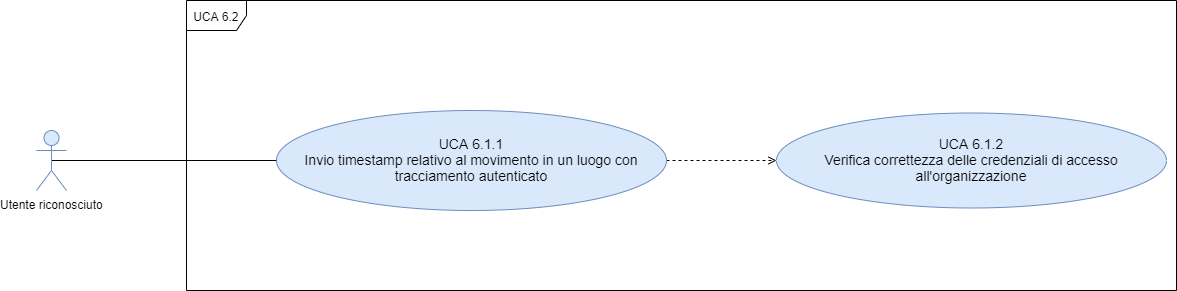
The draw.io diagram DocumentazioneEsterna/AnalisiRequisiti/sezioni/UseCase/Immagini/UCA6.2.png in qb-team/Stalker-Documentazione, before a commit. Source tidied: cells renumbered, new cells last; positions are measured from the earlier drawing's top-left corner, leaving out a move shared by most shapes. Its diagram source:
```xml
<mxGraphModel>
  <root>
    <mxCell id="0" />
    <mxCell id="1" parent="0" />
    <mxCell id="2" value="UCA 6.2&amp;nbsp;" style="shape=umlFrame;whiteSpace=wrap;html=1;" parent="1" vertex="1">
      <mxGeometry x="150" width="990" height="290" as="geometry" />
    </mxCell>
    <mxCell id="3" style="edgeStyle=orthogonalEdgeStyle;rounded=0;jettySize=auto;html=1;exitX=1;exitY=0.5;exitDx=0;exitDy=0;endArrow=open;endFill=0;dashed=1;" parent="1" edge="1" source="4" target="5">
      <mxGeometry relative="1" as="geometry" />
    </mxCell>
    <mxCell id="4" value="&lt;font style=&quot;font-size: 14px&quot;&gt;UCA 6.1.1&lt;br&gt;Invio timestamp relativo al movimento in un luogo con tracciamento autenticato&lt;/font&gt;" style="ellipse;whiteSpace=wrap;html=1;fillColor=#dae8fc;strokeColor=#6c8ebf;" parent="1" vertex="1">
      <mxGeometry x="240" y="110" width="390" height="100" as="geometry" />
    </mxCell>
    <mxCell id="5" value="&lt;span style=&quot;font-size: 14px&quot;&gt;UCA 6.1.2&lt;br&gt;Verifica correttezza delle credenziali di accesso all'organizzazione&lt;/span&gt;" style="ellipse;whiteSpace=wrap;html=1;fillColor=#dae8fc;strokeColor=#6c8ebf;" parent="1" vertex="1">
      <mxGeometry x="740" y="112.5" width="390" height="95" as="geometry" />
    </mxCell>
    <mxCell id="6" style="edgeStyle=orthogonalEdgeStyle;rounded=0;jettySize=auto;html=1;exitX=0.5;exitY=0.5;exitDx=0;exitDy=0;exitPerimeter=0;endArrow=none;endFill=0;" parent="1" edge="1" source="7" target="4">
      <mxGeometry relative="1" as="geometry">
        <Array as="points">
          <mxPoint x="15" y="160" />
        </Array>
      </mxGeometry>
    </mxCell>
    <mxCell id="7" value="Utente riconosciuto" style="shape=umlActor;verticalLabelPosition=bottom;labelBackgroundColor=#ffffff;verticalAlign=top;html=1;outlineConnect=0;fillColor=#dae8fc;strokeColor=#6c8ebf;" parent="1" vertex="1">
      <mxGeometry y="130" width="30" height="60" as="geometry" />
    </mxCell>
  </root>
</mxGraphModel>
```
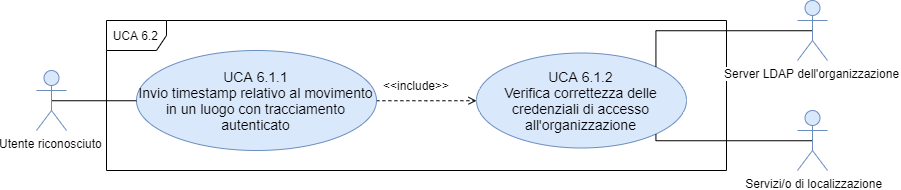
Later version of the same file.

What changed in the source:
```diff
@@ -3,26 +3,45 @@
     <mxCell id="0" />
     <mxCell id="1" parent="0" />
     <mxCell id="2" value="UCA 6.2&amp;nbsp;" style="shape=umlFrame;whiteSpace=wrap;html=1;" parent="1" vertex="1">
-      <mxGeometry x="150" width="990" height="290" as="geometry" />
+      <mxGeometry x="150" y="80" width="620" height="150" as="geometry" />
     </mxCell>
     <mxCell id="3" style="edgeStyle=orthogonalEdgeStyle;rounded=0;jettySize=auto;html=1;exitX=1;exitY=0.5;exitDx=0;exitDy=0;endArrow=open;endFill=0;dashed=1;" parent="1" edge="1" source="4" target="5">
       <mxGeometry relative="1" as="geometry" />
     </mxCell>
     <mxCell id="4" value="&lt;font style=&quot;font-size: 14px&quot;&gt;UCA 6.1.1&lt;br&gt;Invio timestamp relativo al movimento in un luogo con tracciamento autenticato&lt;/font&gt;" style="ellipse;whiteSpace=wrap;html=1;fillColor=#dae8fc;strokeColor=#6c8ebf;" parent="1" vertex="1">
-      <mxGeometry x="240" y="110" width="390" height="100" as="geometry" />
+      <mxGeometry x="180" y="110" width="240" height="100" as="geometry" />
     </mxCell>
     <mxCell id="5" value="&lt;span style=&quot;font-size: 14px&quot;&gt;UCA 6.1.2&lt;br&gt;Verifica correttezza delle credenziali di accesso all'organizzazione&lt;/span&gt;" style="ellipse;whiteSpace=wrap;html=1;fillColor=#dae8fc;strokeColor=#6c8ebf;" parent="1" vertex="1">
-      <mxGeometry x="740" y="112.5" width="390" height="95" as="geometry" />
+      <mxGeometry x="520" y="112.5" width="210" height="95" as="geometry" />
     </mxCell>
-    <mxCell id="6" style="edgeStyle=orthogonalEdgeStyle;rounded=0;jettySize=auto;html=1;exitX=0.5;exitY=0.5;exitDx=0;exitDy=0;exitPerimeter=0;endArrow=none;endFill=0;" parent="1" edge="1" source="7" target="4">
-      <mxGeometry relative="1" as="geometry">
-        <Array as="points">
-          <mxPoint x="15" y="160" />
-        </Array>
-      </mxGeometry>
+    <mxCell id="6" style="edgeStyle=orthogonalEdgeStyle;rounded=0;jettySize=auto;html=1;entryX=0;entryY=0.5;entryDx=0;entryDy=0;endArrow=none;endFill=0;exitX=0.5;exitY=0.5;exitDx=0;exitDy=0;exitPerimeter=0;" parent="1" edge="1" source="7" target="4">
+      <mxGeometry relative="1" as="geometry" />
     </mxCell>
     <mxCell id="7" value="Utente riconosciuto" style="shape=umlActor;verticalLabelPosition=bottom;labelBackgroundColor=#ffffff;verticalAlign=top;html=1;outlineConnect=0;fillColor=#dae8fc;strokeColor=#6c8ebf;" parent="1" vertex="1">
-      <mxGeometry y="130" width="30" height="60" as="geometry" />
+      <mxGeometry x="80" y="130" width="30" height="60" as="geometry" />
     </mxCell>
+    <mxCell id="8" value="&amp;lt;&amp;lt;include&amp;gt;&amp;gt;" style="text;html=1;align=center;verticalAlign=middle;" parent="1" vertex="1">
+      <mxGeometry x="420" y="135" width="80" height="20" as="geometry" />
+    </mxCell>
+    <mxCell id="9" style="edgeStyle=orthogonalEdgeStyle;rounded=0;jettySize=auto;html=1;entryX=0.5;entryY=0.5;entryDx=0;entryDy=0;entryPerimeter=0;endArrow=none;endFill=0;exitX=1;exitY=0;exitDx=0;exitDy=0;" parent="1" edge="1" source="5" target="12">
+      <mxGeometry relative="1" as="geometry">
+        <Array as="points">
+          <mxPoint x="699" y="90" />
+        </Array>
+      </mxGeometry>
+    </mxCell>
+    <mxCell id="10" style="edgeStyle=orthogonalEdgeStyle;rounded=0;jettySize=auto;html=1;entryX=1;entryY=1;entryDx=0;entryDy=0;endArrow=none;endFill=0;exitX=0.5;exitY=0.5;exitDx=0;exitDy=0;exitPerimeter=0;" parent="1" edge="1" source="11" target="5">
+      <mxGeometry relative="1" as="geometry">
+        <Array as="points">
+          <mxPoint x="699" y="200" />
+        </Array>
+      </mxGeometry>
+    </mxCell>
+    <mxCell id="11" value="&amp;nbsp;Servizi/o di localizzazione" style="shape=umlActor;verticalLabelPosition=bottom;labelBackgroundColor=#ffffff;verticalAlign=top;html=1;outlineConnect=0;fillColor=#dae8fc;strokeColor=#6c8ebf;" parent="1" vertex="1">
+      <mxGeometry x="841" y="170" width="30" height="60" as="geometry" />
+    </mxCell>
+    <mxCell id="12" value="Server LDAP dell'organizzazione" style="shape=umlActor;verticalLabelPosition=bottom;labelBackgroundColor=#ffffff;verticalAlign=top;html=1;outlineConnect=0;fillColor=#dae8fc;strokeColor=#6c8ebf;" parent="1" vertex="1">
+      <mxGeometry x="841" y="60" width="30" height="60" as="geometry" />
+    </mxCell>
   </root>
 </mxGraphModel>
```
